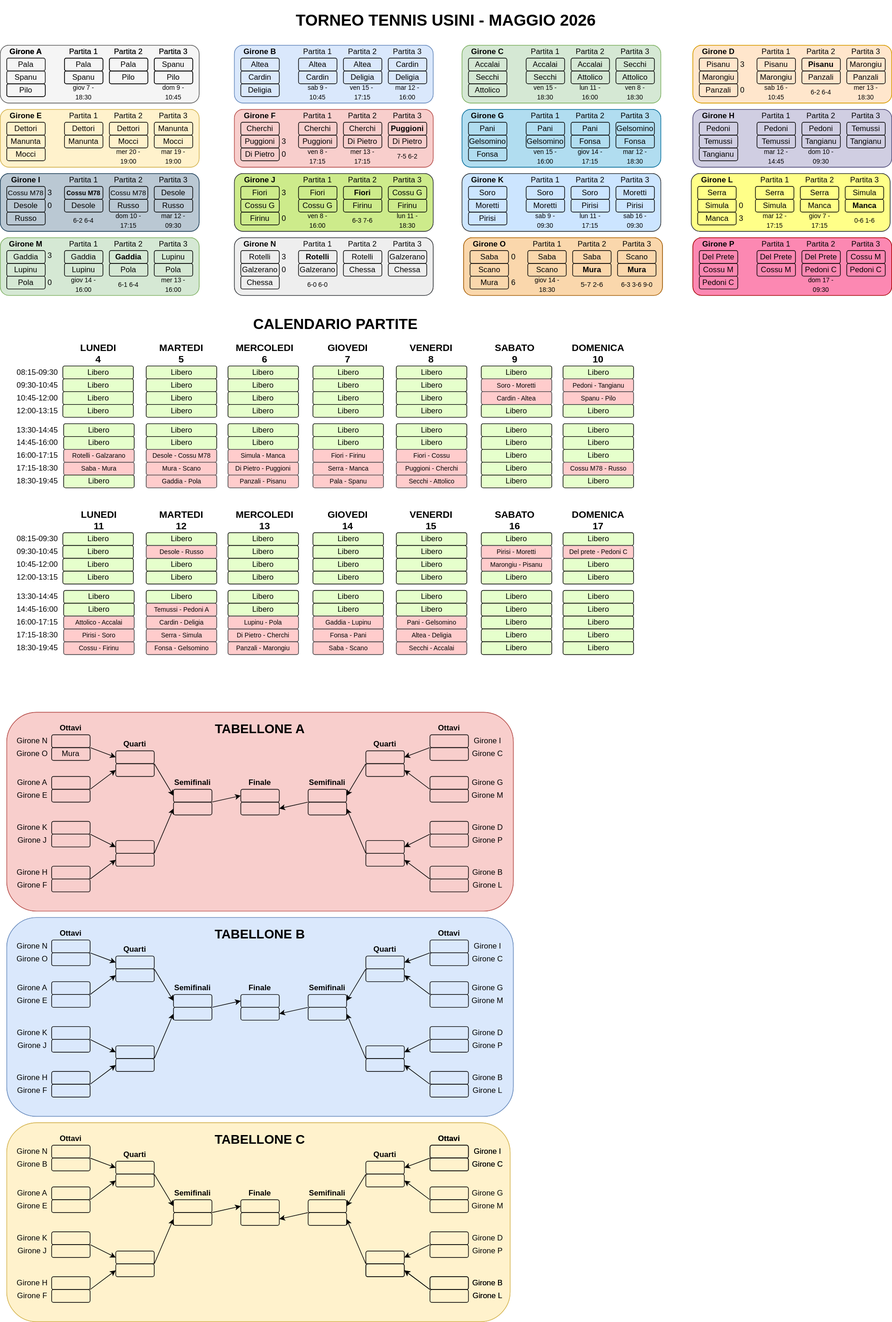
Above: torneo-tennis-2026/tabellone.drawio.svg in cscalaresu/tornei (draw.io), before the change. Source tidied: cells renumbered, new cells last; positions are measured from the earlier drawing's top-left corner, leaving out a move shared by most shapes.
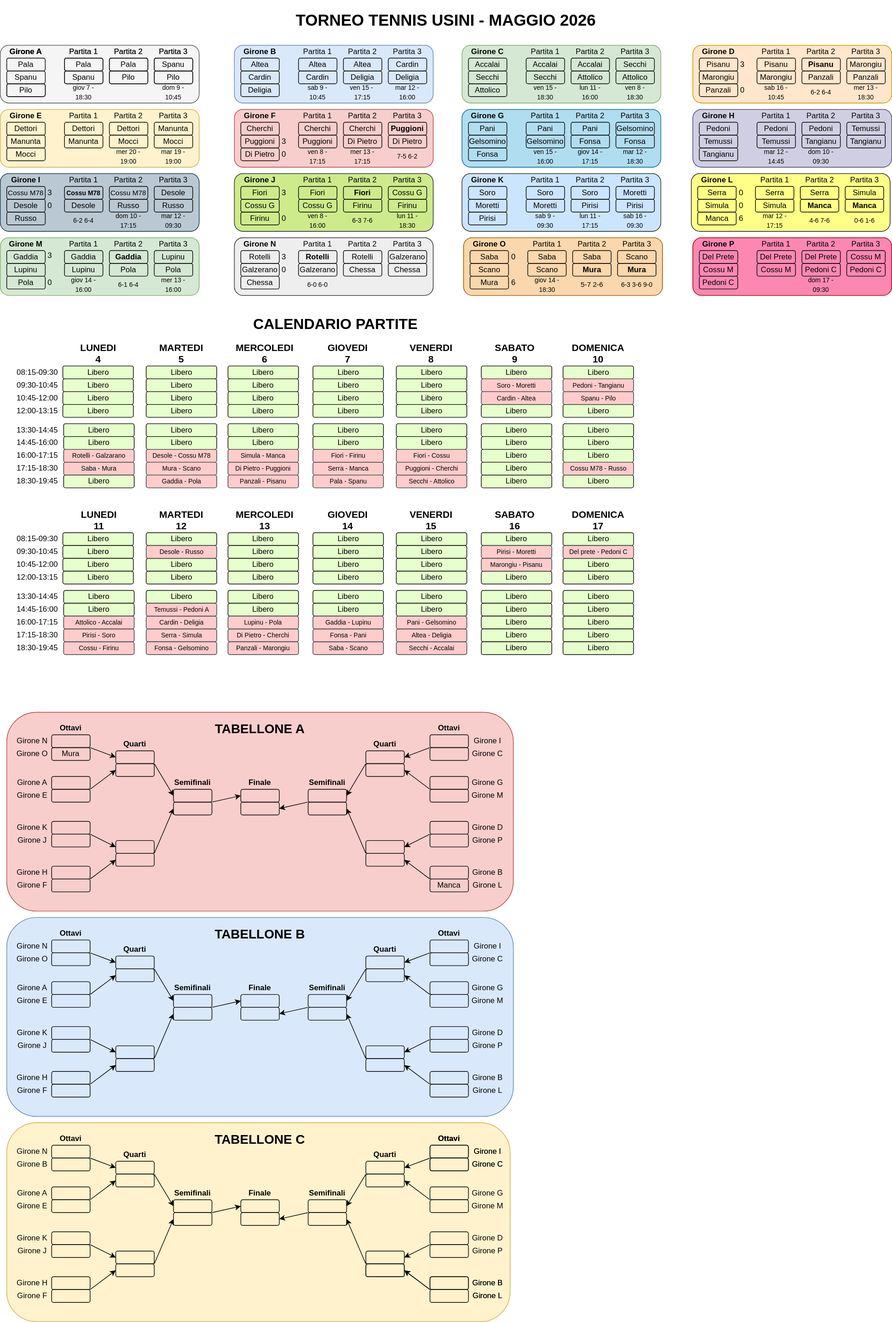
The same diagram one commit later.

What changed in the source:
```diff
@@ -527,7 +527,7 @@
     <mxCell id="176" value="Manca" style="rounded=1;whiteSpace=wrap;html=1;fillColor=none;fontStyle=1;" parent="1" vertex="1">
       <mxGeometry x="1317.5" y="310" width="60" height="20" as="geometry" />
     </mxCell>
-    <mxCell id="177" value="Manca" style="rounded=1;whiteSpace=wrap;html=1;fillColor=none;" parent="1" vertex="1">
+    <mxCell id="177" value="Manca" style="rounded=1;whiteSpace=wrap;html=1;fillColor=none;fontStyle=1;" parent="1" vertex="1">
       <mxGeometry x="1247.5" y="310" width="60" height="20" as="geometry" />
     </mxCell>
     <mxCell id="178" value="Cossu G" style="rounded=1;whiteSpace=wrap;html=1;fillColor=none;" parent="1" vertex="1">
@@ -1720,7 +1720,7 @@
     <mxCell id="571" style="rounded=1;whiteSpace=wrap;html=1;fillColor=none;" parent="1" vertex="1">
       <mxGeometry x="670" y="1350" width="60" height="20" as="geometry" />
     </mxCell>
-    <mxCell id="572" style="rounded=1;whiteSpace=wrap;html=1;fillColor=none;" parent="1" vertex="1">
+    <mxCell id="572" value="Manca" style="rounded=1;whiteSpace=wrap;html=1;fillColor=none;" parent="1" vertex="1">
       <mxGeometry x="670" y="1370" width="60" height="20" as="geometry" />
     </mxCell>
     <mxCell id="573" value="&lt;b&gt;Quarti&lt;/b&gt;" style="text;html=1;align=center;verticalAlign=middle;whiteSpace=wrap;rounded=0;" parent="1" vertex="1">
@@ -2399,7 +2399,7 @@
     <mxCell id="795" value="&lt;font style=&quot;font-size: 10px;&quot;&gt;Desole - Russo&lt;/font&gt;" style="rounded=1;whiteSpace=wrap;html=1;fillColor=#ffcccc;strokeColor=#36393d;" parent="1" vertex="1">
       <mxGeometry x="227.5" y="850" width="110" height="20" as="geometry" />
     </mxCell>
-    <mxCell id="796" value="&lt;font style=&quot;font-size: 10px;&quot;&gt;giov 7 - 17:15&lt;/font&gt;" style="text;html=1;whiteSpace=wrap;strokeColor=none;fillColor=none;align=center;verticalAlign=middle;rounded=0;" parent="1" vertex="1">
+    <mxCell id="796" value="&lt;font style=&quot;font-size: 10px;&quot;&gt;4-6 7-6&lt;/font&gt;" style="text;html=1;whiteSpace=wrap;strokeColor=none;fillColor=none;align=center;verticalAlign=middle;rounded=0;" parent="1" vertex="1">
       <mxGeometry x="1247.5" y="330" width="60" height="25" as="geometry" />
     </mxCell>
     <mxCell id="797" value="&lt;font style=&quot;font-size: 10px;&quot;&gt;Serra - Manca&lt;/font&gt;" style="rounded=1;whiteSpace=wrap;html=1;fillColor=#ffcccc;strokeColor=#36393d;" parent="1" vertex="1">
@@ -2645,7 +2645,7 @@
     <mxCell id="877" value="0" style="text;html=1;whiteSpace=wrap;strokeColor=none;fillColor=none;align=center;verticalAlign=middle;rounded=0;" parent="1" vertex="1">
       <mxGeometry x="1147.5" y="307.5" width="15" height="25" as="geometry" />
     </mxCell>
-    <mxCell id="878" value="3" style="text;html=1;whiteSpace=wrap;strokeColor=none;fillColor=none;align=center;verticalAlign=middle;rounded=0;" parent="1" vertex="1">
+    <mxCell id="878" value="6" style="text;html=1;whiteSpace=wrap;strokeColor=none;fillColor=none;align=center;verticalAlign=middle;rounded=0;" parent="1" vertex="1">
       <mxGeometry x="1147.5" y="327.5" width="15" height="25" as="geometry" />
     </mxCell>
     <mxCell id="879" value="&lt;font style=&quot;font-size: 10px;&quot;&gt;Gaddia - Lupinu&lt;/font&gt;" style="rounded=1;whiteSpace=wrap;html=1;fillColor=#ffcccc;strokeColor=#36393d;" parent="1" vertex="1">
@@ -2675,5 +2675,8 @@
     <mxCell id="887" value="0" style="text;html=1;whiteSpace=wrap;strokeColor=none;fillColor=none;align=center;verticalAlign=middle;rounded=0;" parent="1" vertex="1">
       <mxGeometry x="435" y="327.5" width="15" height="25" as="geometry" />
     </mxCell>
+    <mxCell id="888" value="0" style="text;html=1;whiteSpace=wrap;strokeColor=none;fillColor=none;align=center;verticalAlign=middle;rounded=0;" parent="1" vertex="1">
+      <mxGeometry x="1147.5" y="287.5" width="15" height="25" as="geometry" />
+    </mxCell>
   </root>
 </mxGraphModel>
```
